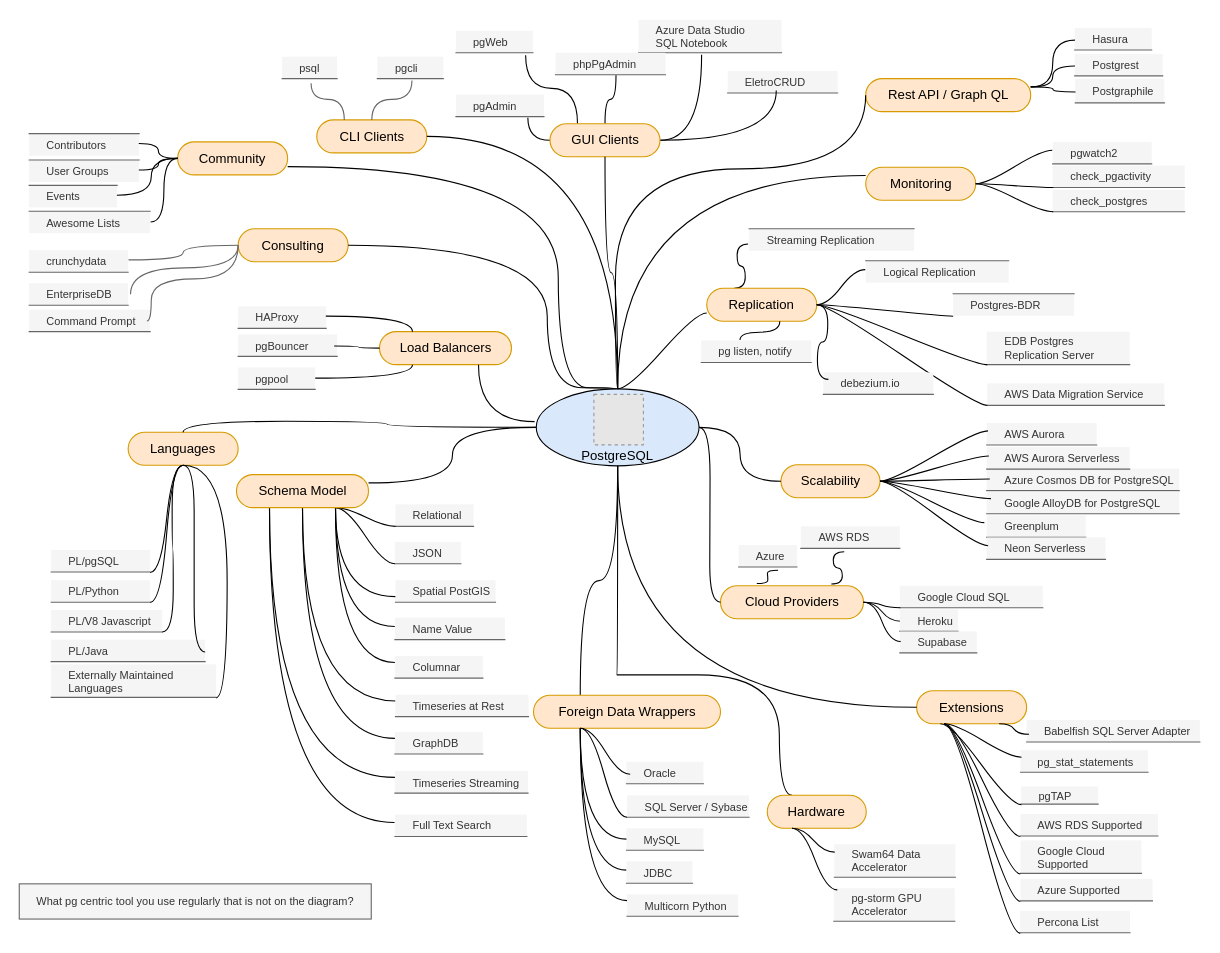
Earlier version of the draw.io diagram postgresql-ecosystem.drawio (EfficiencyGeek/postgresql-ecosystem). Source tidied: cells renumbered, new cells numbered last; positions are measured from the earlier drawing's top-left corner, leaving out a move shared by most shapes. Both pictures are drawn from the tidied source at 110%, with x=0, y=0 at pixel (19, 19). Pictures stored in the file or linked from it are replaced by grey dashed boxes.
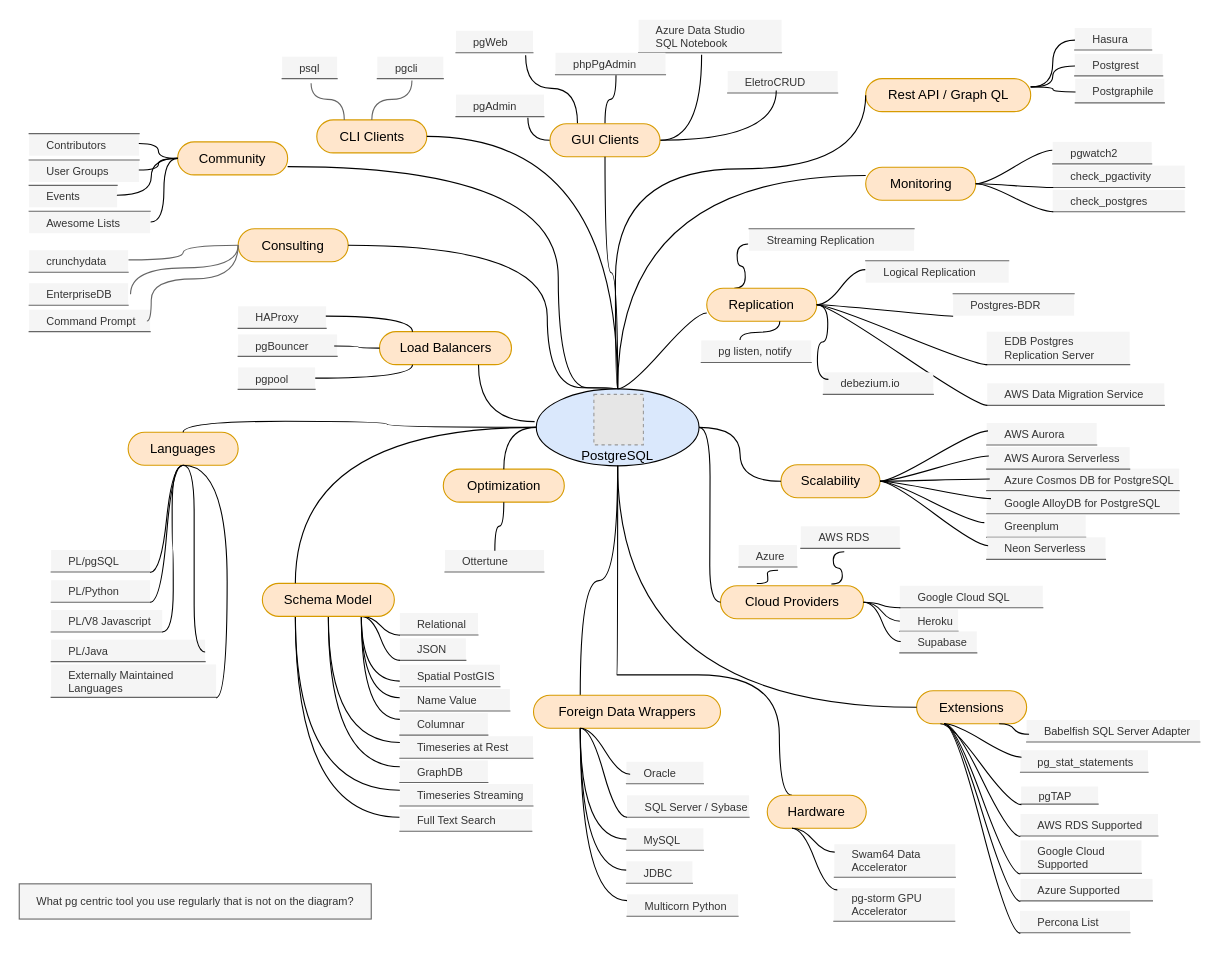
The same diagram, later.

Commit message:
added Ottertune, Optimization category.

Unchanged cells that the change refers to:
```xml
<mxCell id="2" value="PostgreSQL" style="ellipse;whiteSpace=wrap;html=1;align=center;fillColor=#DAE8FC;verticalAlign=bottom;" parent="1" vertex="1">
  <mxGeometry x="470" y="336" width="148" height="70" as="geometry" />
</mxCell>
```

Diff of the diagram source:
```diff
@@
     <mxCell id="4" value="Spatial PostGIS" style="whiteSpace=wrap;html=1;shape=partialRectangle;top=0;left=0;bottom=1;right=0;points=[[0,1],[1,1]];strokeColor=#666666;fillColor=#f5f5f5;align=left;verticalAlign=middle;routingCenterY=0.5;snapToPoint=1;fontColor=#333333;fontSize=10;spacingLeft=14;" parent="1" vertex="1">
-      <mxGeometry x="342" y="510" width="91" height="20" as="geometry" />
+      <mxGeometry x="346" y="586.8" width="91" height="20" as="geometry" />
     </mxCell>
@@
     <mxCell id="19" value="Relational" style="whiteSpace=wrap;html=1;shape=partialRectangle;top=0;left=0;bottom=1;right=0;points=[[0,1],[1,1]];strokeColor=#666666;fillColor=#f5f5f5;align=left;verticalAlign=middle;routingCenterY=0.5;snapToPoint=1;fontColor=#333333;fontSize=10;spacingLeft=14;" parent="1" vertex="1">
-      <mxGeometry x="342" y="441" width="71" height="20" as="geometry" />
+      <mxGeometry x="346" y="539.8" width="71" height="20" as="geometry" />
     </mxCell>
@@
     <mxCell id="22" value="JSON" style="whiteSpace=wrap;html=1;shape=partialRectangle;top=0;left=0;bottom=1;right=0;points=[[0,1],[1,1]];strokeColor=#666666;fillColor=#f5f5f5;align=left;verticalAlign=middle;routingCenterY=0.5;snapToPoint=1;fontColor=#333333;fontSize=10;spacingLeft=14;" parent="1" vertex="1">
-      <mxGeometry x="341.5" y="475" width="60" height="20" as="geometry" />
+      <mxGeometry x="346" y="562.8" width="60" height="20" as="geometry" />
     </mxCell>
@@
     <mxCell id="26" value="Name Value" style="whiteSpace=wrap;html=1;shape=partialRectangle;top=0;left=0;bottom=1;right=0;points=[[0,1],[1,1]];strokeColor=#666666;fillColor=#f5f5f5;align=left;verticalAlign=middle;routingCenterY=0.5;snapToPoint=1;fontColor=#333333;fontSize=10;spacingLeft=14;" parent="1" vertex="1">
-      <mxGeometry x="341.5" y="544" width="100" height="20" as="geometry" />
+      <mxGeometry x="346" y="608.8" width="100" height="20" as="geometry" />
     </mxCell>
     <mxCell id="27" value="Columnar" style="whiteSpace=wrap;html=1;shape=partialRectangle;top=0;left=0;bottom=1;right=0;points=[[0,1],[1,1]];strokeColor=#666666;fillColor=#f5f5f5;align=left;verticalAlign=middle;routingCenterY=0.5;snapToPoint=1;fontColor=#333333;fontSize=10;spacingLeft=14;" parent="1" vertex="1">
-      <mxGeometry x="341.5" y="579" width="80" height="20" as="geometry" />
+      <mxGeometry x="346" y="630.8" width="80" height="20" as="geometry" />
     </mxCell>
@@
     <mxCell id="29" value="Timeseries at Rest" style="whiteSpace=wrap;html=1;shape=partialRectangle;top=0;left=0;bottom=1;right=0;points=[[0,1],[1,1]];strokeColor=#666666;fillColor=#f5f5f5;align=left;verticalAlign=middle;routingCenterY=0.5;snapToPoint=1;fontColor=#333333;fontSize=10;spacingLeft=14;" parent="1" vertex="1">
-      <mxGeometry x="342" y="614" width="121" height="20" as="geometry" />
+      <mxGeometry x="346" y="651.8" width="121" height="20" as="geometry" />
     </mxCell>
@@
     <mxCell id="31" value="Timeseries Streaming" style="whiteSpace=wrap;html=1;shape=partialRectangle;top=0;left=0;bottom=1;right=0;points=[[0,1],[1,1]];strokeColor=#666666;fillColor=#f5f5f5;align=left;verticalAlign=middle;routingCenterY=0.5;snapToPoint=1;fontColor=#333333;fontSize=10;spacingLeft=14;" parent="1" vertex="1">
-      <mxGeometry x="341.5" y="683.5" width="121" height="20" as="geometry" />
+      <mxGeometry x="346" y="695.2" width="121" height="20" as="geometry" />
     </mxCell>
@@
     <mxCell id="33" value="GraphDB" style="whiteSpace=wrap;html=1;shape=partialRectangle;top=0;left=0;bottom=1;right=0;points=[[0,1],[1,1]];strokeColor=#666666;fillColor=#f5f5f5;align=left;verticalAlign=middle;routingCenterY=0.5;snapToPoint=1;fontColor=#333333;fontSize=10;spacingLeft=14;" parent="1" vertex="1">
-      <mxGeometry x="341.5" y="648" width="80" height="20" as="geometry" />
+      <mxGeometry x="346" y="673.8" width="80" height="20" as="geometry" />
     </mxCell>
@@
     <mxCell id="73" value="Full Text Search" style="whiteSpace=wrap;html=1;shape=partialRectangle;top=0;left=0;bottom=1;right=0;points=[[0,1],[1,1]];strokeColor=#666666;fillColor=#f5f5f5;align=left;verticalAlign=middle;routingCenterY=0.5;snapToPoint=1;fontColor=#333333;fontSize=10;spacingLeft=14;" parent="1" vertex="1">
-      <mxGeometry x="341.5" y="723" width="120" height="20" as="geometry" />
+      <mxGeometry x="346" y="718.2" width="120" height="20" as="geometry" />
     </mxCell>
@@
     <mxCell id="149" value="Schema Model" style="whiteSpace=wrap;html=1;rounded=1;arcSize=50;align=center;verticalAlign=middle;strokeWidth=1;spacing=4;fillColor=#ffe6cc;strokeColor=#d79b00;" parent="1" vertex="1">
-      <mxGeometry x="197.5" y="414" width="120" height="30" as="geometry" />
+      <mxGeometry x="221" y="512.8" width="120" height="30" as="geometry" />
     </mxCell>
-    <mxCell id="150" style="edgeStyle=orthogonalEdgeStyle;curved=1;rounded=0;jettySize=auto;html=1;exitX=0;exitY=0.5;exitDx=0;exitDy=0;endArrow=none;endFill=0;entryX=1;entryY=0.25;entryDx=0;entryDy=0;" parent="1" edge="1" source="2" target="149">
+    <mxCell id="150" style="edgeStyle=orthogonalEdgeStyle;curved=1;rounded=0;jettySize=auto;html=1;exitX=0;exitY=0.5;exitDx=0;exitDy=0;endArrow=none;endFill=0;entryX=0.25;entryY=0;entryDx=0;entryDy=0;" parent="1" edge="1" source="2" target="149">
       <mxGeometry relative="1" as="geometry" />
     </mxCell>
@@
+    <mxCell id="173" value="Ottertune" style="whiteSpace=wrap;html=1;shape=partialRectangle;top=0;left=0;bottom=1;right=0;points=[[0,1],[1,1]];strokeColor=#666666;fillColor=#f5f5f5;align=left;verticalAlign=middle;routingCenterY=0.5;snapToPoint=1;fontColor=#333333;fontSize=10;spacingLeft=14;" parent="1" vertex="1">
+      <mxGeometry x="387" y="482.5" width="90" height="20" as="geometry" />
+    </mxCell>
+    <mxCell id="174" value="Optimization" style="whiteSpace=wrap;html=1;rounded=1;arcSize=50;align=center;verticalAlign=middle;strokeWidth=1;spacing=4;fillColor=#ffe6cc;strokeColor=#d79b00;" parent="1" vertex="1">
+      <mxGeometry x="385.5" y="409" width="110" height="30" as="geometry" />
+    </mxCell>
+    <mxCell id="175" style="edgeStyle=orthogonalEdgeStyle;curved=1;rounded=0;jettySize=auto;html=1;endArrow=none;endFill=0;exitX=0;exitY=0.5;exitDx=0;exitDy=0;" parent="1" edge="1" source="2" target="174">
+      <mxGeometry relative="1" as="geometry" />
+    </mxCell>
+    <mxCell id="176" style="edgeStyle=orthogonalEdgeStyle;curved=1;rounded=0;jettySize=auto;html=1;endArrow=none;endFill=0;exitX=0.5;exitY=1;exitDx=0;exitDy=0;entryX=0.504;entryY=0.034;entryDx=0;entryDy=0;entryPerimeter=0;" parent="1" edge="1" source="174" target="173">
+      <mxGeometry relative="1" as="geometry" />
+    </mxCell>
```
